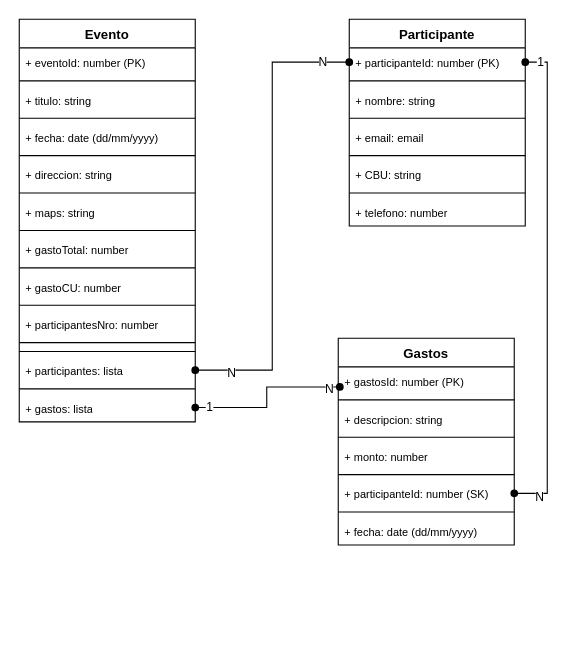
cbalucas/PartyPay keeps this draw.io diagram as PartyPay.drawio. Above is the earlier version. Source tidied: cells renumbered, new cells numbered last; positions are measured from the earlier drawing's top-left corner, leaving out a move shared by most shapes. Both pictures are drawn from the tidied source at 110%, with x=0, y=0 at pixel (19, 19).
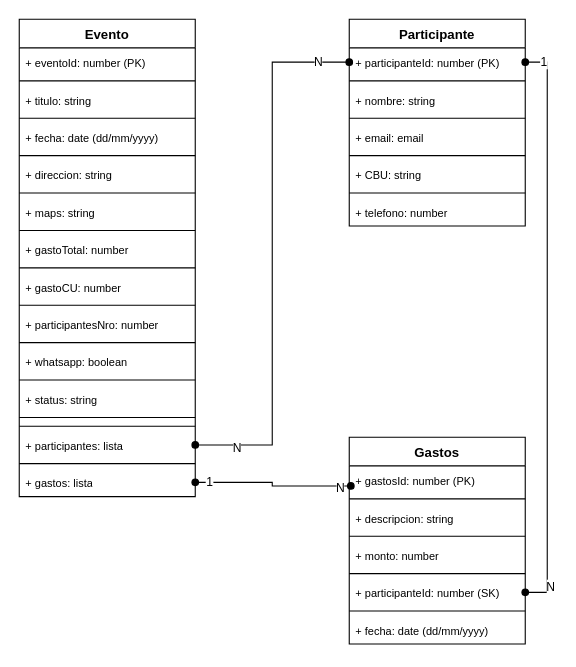
The same diagram, later.

The change refers to these unchanged cells:
```xml
<mxCell id="24" value="&lt;font style=&quot;font-size: 10px;&quot;&gt;+ participanteId: number (PK)&lt;/font&gt;" style="text;strokeColor=none;fillColor=none;align=left;verticalAlign=top;spacingLeft=4;spacingRight=4;overflow=hidden;points=[[0,0.5],[1,0.5]];portConstraint=eastwest;whiteSpace=wrap;html=1;" parent="23" vertex="1">
  <mxGeometry y="26" width="160" height="26" as="geometry" />
</mxCell>
<mxCell id="40" value="&lt;font style=&quot;font-size: 10px;&quot;&gt;+ participanteId: number (SK)&lt;/font&gt;" style="text;strokeColor=none;fillColor=none;align=left;verticalAlign=top;spacingLeft=4;spacingRight=4;overflow=hidden;points=[[0,0.5],[1,0.5]];portConstraint=eastwest;whiteSpace=wrap;html=1;" parent="33" vertex="1">
  <mxGeometry y="128" width="160" height="26" as="geometry" />
</mxCell>
```

Diff of the diagram source:
```diff
@@
     <mxCell id="2" value="Evento" style="swimlane;fontStyle=1;align=center;verticalAlign=top;horizontal=1;startSize=26;whiteSpace=wrap;html=1;" parent="1" vertex="1">
-      <mxGeometry width="160" height="366" as="geometry" />
+      <mxGeometry width="160" height="434" as="geometry" />
     </mxCell>
@@
+    <mxCell id="52" style="line;strokeWidth=1;fillColor=none;align=left;verticalAlign=middle;spacingTop=-1;spacingLeft=3;spacingRight=3;labelPosition=right;strokeColor=inherit;" parent="2" vertex="1">
+      <mxGeometry y="290" width="160" height="8" as="geometry" />
+    </mxCell>
+    <mxCell id="53" value="&lt;font style=&quot;font-size: 10px;&quot;&gt;+ whatsapp: boolean&lt;/font&gt;" style="text;strokeColor=none;fillColor=none;align=left;verticalAlign=top;spacingLeft=4;spacingRight=4;overflow=hidden;whiteSpace=wrap;html=1;" parent="2" vertex="1">
+      <mxGeometry y="298" width="160" height="26" as="geometry" />
+    </mxCell>
+    <mxCell id="54" style="line;strokeWidth=1;fillColor=none;align=left;verticalAlign=middle;spacingTop=-1;spacingLeft=3;spacingRight=3;labelPosition=right;strokeColor=inherit;" parent="2" vertex="1">
+      <mxGeometry y="324" width="160" height="8" as="geometry" />
+    </mxCell>
+    <mxCell id="55" value="&lt;font style=&quot;font-size: 10px;&quot;&gt;+ status: string&lt;/font&gt;" style="text;strokeColor=none;fillColor=none;align=left;verticalAlign=top;spacingLeft=4;spacingRight=4;overflow=hidden;whiteSpace=wrap;html=1;" parent="2" vertex="1">
+      <mxGeometry y="332" width="160" height="26" as="geometry" />
+    </mxCell>
     <mxCell id="18" style="line;strokeWidth=1;fillColor=none;align=left;verticalAlign=middle;spacingTop=-1;spacingLeft=3;spacingRight=3;labelPosition=right;strokeColor=inherit;" parent="2" vertex="1">
-      <mxGeometry y="290" width="160" height="8" as="geometry" />
+      <mxGeometry y="358" width="160" height="8" as="geometry" />
     </mxCell>
     <mxCell id="19" style="line;strokeWidth=1;fillColor=none;align=left;verticalAlign=middle;spacingTop=-1;spacingLeft=3;spacingRight=3;labelPosition=right;strokeColor=inherit;" parent="2" vertex="1">
-      <mxGeometry y="298" width="160" height="8" as="geometry" />
+      <mxGeometry y="366" width="160" height="8" as="geometry" />
     </mxCell>
     <mxCell id="20" value="&lt;font style=&quot;font-size: 10px;&quot;&gt;+ participantes: lista&lt;/font&gt;" style="text;strokeColor=none;fillColor=none;align=left;verticalAlign=top;spacingLeft=4;spacingRight=4;overflow=hidden;points=[[0,0.5],[1,0.5]];portConstraint=eastwest;whiteSpace=wrap;html=1;" parent="2" vertex="1">
-      <mxGeometry y="306" width="160" height="26" as="geometry" />
+      <mxGeometry y="374" width="160" height="26" as="geometry" />
     </mxCell>
     <mxCell id="21" style="line;strokeWidth=1;fillColor=none;align=left;verticalAlign=middle;spacingTop=-1;spacingLeft=3;spacingRight=3;labelPosition=right;strokeColor=inherit;" parent="2" vertex="1">
-      <mxGeometry y="332" width="160" height="8" as="geometry" />
+      <mxGeometry y="400" width="160" height="8" as="geometry" />
     </mxCell>
     <mxCell id="22" value="&lt;font style=&quot;font-size: 10px;&quot;&gt;+ gastos: lista&lt;/font&gt;" style="text;strokeColor=none;fillColor=none;align=left;verticalAlign=top;spacingLeft=4;spacingRight=4;overflow=hidden;points=[[0,0.5],[1,0.5]];portConstraint=eastwest;whiteSpace=wrap;html=1;" parent="2" vertex="1">
-      <mxGeometry y="340" width="160" height="26" as="geometry" />
+      <mxGeometry y="408" width="160" height="26" as="geometry" />
     </mxCell>
@@
     <mxCell id="33" value="Gastos" style="swimlane;fontStyle=1;align=center;verticalAlign=top;horizontal=1;startSize=26;whiteSpace=wrap;html=1;" parent="1" vertex="1">
-      <mxGeometry x="290" y="290" width="160" height="188" as="geometry" />
+      <mxGeometry x="300" y="380" width="160" height="188" as="geometry" />
     </mxCell>
@@
-    <mxCell id="49" style="edgeStyle=orthogonalEdgeStyle;rounded=0;jettySize=auto;html=1;entryX=1;entryY=0.5;entryDx=0;entryDy=0;startArrow=oval;startFill=1;endArrow=oval;endFill=1;" parent="1" edge="1" source="40" target="24">
+    <mxCell id="49" style="edgeStyle=orthogonalEdgeStyle;rounded=0;jettySize=auto;html=1;entryX=1;entryY=0.5;entryDx=0;entryDy=0;startArrow=oval;startFill=1;endArrow=oval;endFill=1;exitX=1;exitY=0.5;exitDx=0;exitDy=0;" parent="1" edge="1" source="40" target="24">
       <mxGeometry relative="1" as="geometry" />
     </mxCell>
```
